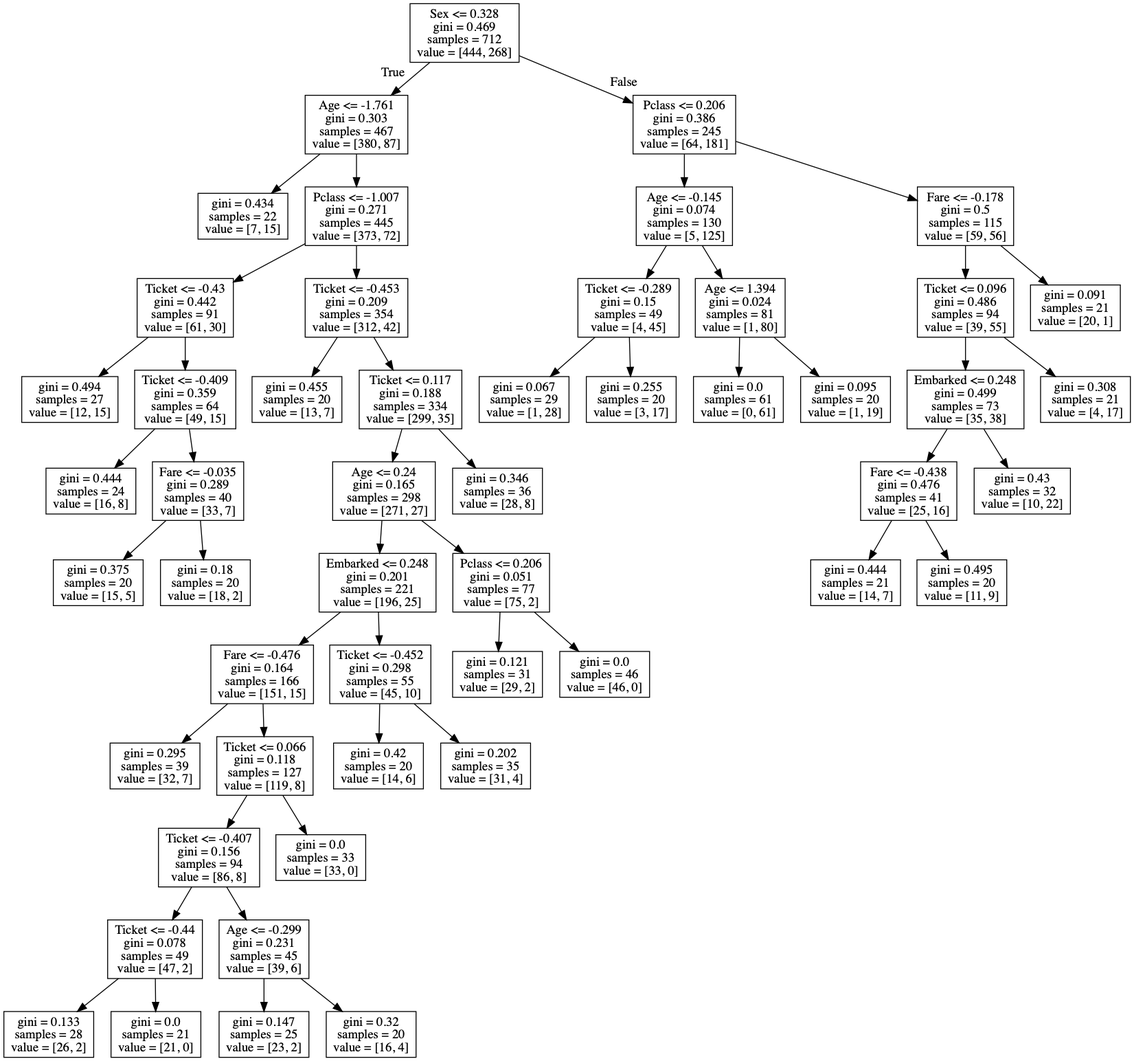
This is titanic/dt.png from nicohlr/kaggle, a Graphviz export, as it was before one commit. Its source is kept beside it as titanic/dt.dot.
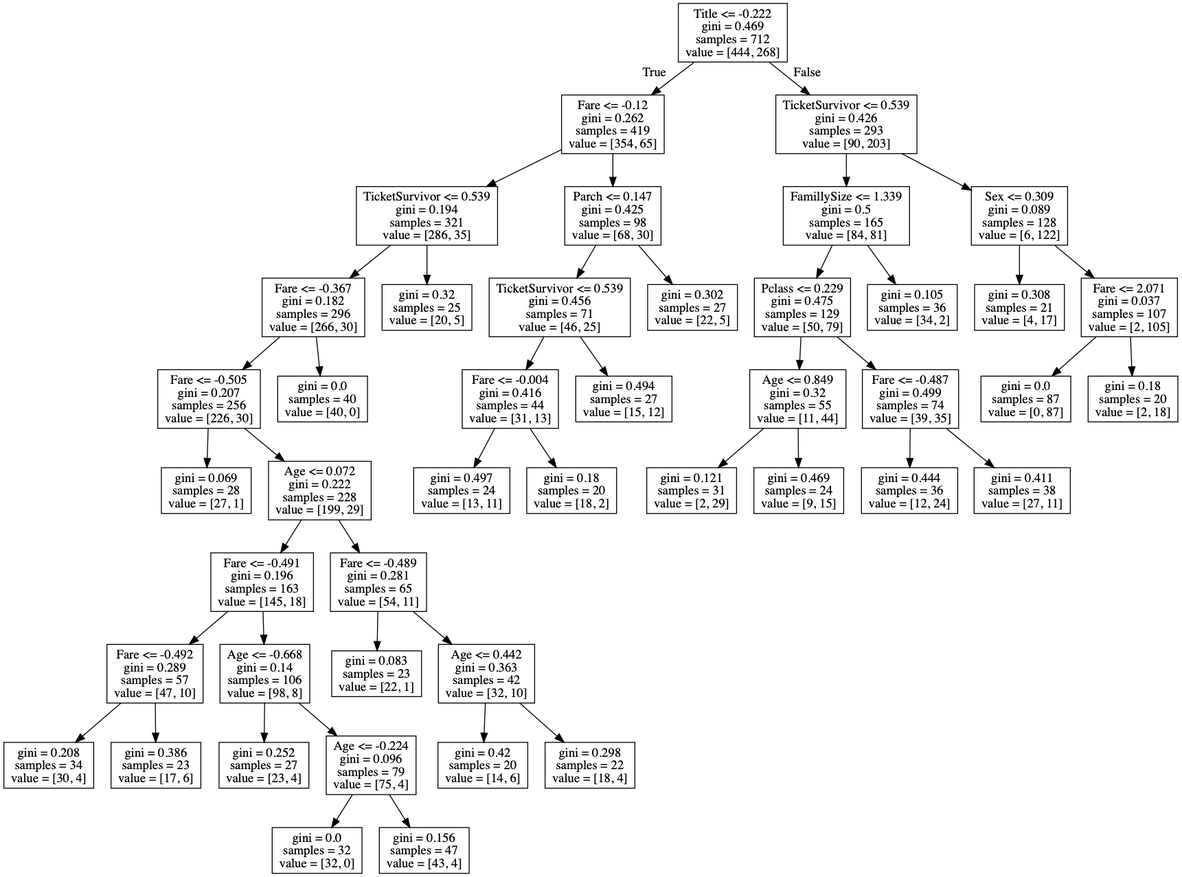
After the commit.

Change to the diagram source:
```diff
@@ -1,104 +1,92 @@
 digraph Tree {
 node [shape=box] ;
-0 [label="Sex <= 0.328\ngini = 0.469\nsamples = 712\nvalue = [444, 268]"] ;
-1 [label="Age <= -1.761\ngini = 0.303\nsamples = 467\nvalue = [380, 87]"] ;
+0 [label="Title <= -0.222\ngini = 0.469\nsamples = 712\nvalue = [444, 268]"] ;
+1 [label="Fare <= -0.12\ngini = 0.262\nsamples = 419\nvalue = [354, 65]"] ;
 0 -> 1 [labeldistance=2.5, labelangle=45, headlabel="True"] ;
-2 [label="gini = 0.434\nsamples = 22\nvalue = [7, 15]"] ;
+2 [label="TicketSurvivor <= 0.539\ngini = 0.194\nsamples = 321\nvalue = [286, 35]"] ;
 1 -> 2 ;
-3 [label="Pclass <= -1.007\ngini = 0.271\nsamples = 445\nvalue = [373, 72]"] ;
-1 -> 3 ;
-4 [label="Ticket <= -0.43\ngini = 0.442\nsamples = 91\nvalue = [61, 30]"] ;
+3 [label="Fare <= -0.367\ngini = 0.182\nsamples = 296\nvalue = [266, 30]"] ;
+2 -> 3 ;
+4 [label="Fare <= -0.505\ngini = 0.207\nsamples = 256\nvalue = [226, 30]"] ;
 3 -> 4 ;
-5 [label="gini = 0.494\nsamples = 27\nvalue = [12, 15]"] ;
+5 [label="gini = 0.069\nsamples = 28\nvalue = [27, 1]"] ;
 4 -> 5 ;
-6 [label="Ticket <= -0.409\ngini = 0.359\nsamples = 64\nvalue = [49, 15]"] ;
+6 [label="Age <= 0.072\ngini = 0.222\nsamples = 228\nvalue = [199, 29]"] ;
 4 -> 6 ;
-7 [label="gini = 0.444\nsamples = 24\nvalue = [16, 8]"] ;
+7 [label="Fare <= -0.491\ngini = 0.196\nsamples = 163\nvalue = [145, 18]"] ;
 6 -> 7 ;
-8 [label="Fare <= -0.035\ngini = 0.289\nsamples = 40\nvalue = [33, 7]"] ;
-6 -> 8 ;
-9 [label="gini = 0.375\nsamples = 20\nvalue = [15, 5]"] ;
+8 [label="Fare <= -0.492\ngini = 0.289\nsamples = 57\nvalue = [47, 10]"] ;
+7 -> 8 ;
+9 [label="gini = 0.208\nsamples = 34\nvalue = [30, 4]"] ;
 8 -> 9 ;
-10 [label="gini = 0.18\nsamples = 20\nvalue = [18, 2]"] ;
+10 [label="gini = 0.386\nsamples = 23\nvalue = [17, 6]"] ;
 8 -> 10 ;
-11 [label="Ticket <= -0.453\ngini = 0.209\nsamples = 354\nvalue = [312, 42]"] ;
-3 -> 11 ;
-12 [label="gini = 0.455\nsamples = 20\nvalue = [13, 7]"] ;
+11 [label="Age <= -0.668\ngini = 0.14\nsamples = 106\nvalue = [98, 8]"] ;
+7 -> 11 ;
+12 [label="gini = 0.252\nsamples = 27\nvalue = [23, 4]"] ;
 11 -> 12 ;
-13 [label="Ticket <= 0.117\ngini = 0.188\nsamples = 334\nvalue = [299, 35]"] ;
+13 [label="Age <= -0.224\ngini = 0.096\nsamples = 79\nvalue = [75, 4]"] ;
 11 -> 13 ;
-14 [label="Age <= 0.24\ngini = 0.165\nsamples = 298\nvalue = [271, 27]"] ;
+14 [label="gini = 0.0\nsamples = 32\nvalue = [32, 0]"] ;
 13 -> 14 ;
-15 [label="Embarked <= 0.248\ngini = 0.201\nsamples = 221\nvalue = [196, 25]"] ;
-14 -> 15 ;
-16 [label="Fare <= -0.476\ngini = 0.164\nsamples = 166\nvalue = [151, 15]"] ;
-15 -> 16 ;
-17 [label="gini = 0.295\nsamples = 39\nvalue = [32, 7]"] ;
+15 [label="gini = 0.156\nsamples = 47\nvalue = [43, 4]"] ;
+13 -> 15 ;
+16 [label="Fare <= -0.489\ngini = 0.281\nsamples = 65\nvalue = [54, 11]"] ;
+6 -> 16 ;
+17 [label="gini = 0.083\nsamples = 23\nvalue = [22, 1]"] ;
 16 -> 17 ;
-18 [label="Ticket <= 0.066\ngini = 0.118\nsamples = 127\nvalue = [119, 8]"] ;
+18 [label="Age <= 0.442\ngini = 0.363\nsamples = 42\nvalue = [32, 10]"] ;
 16 -> 18 ;
-19 [label="Ticket <= -0.407\ngini = 0.156\nsamples = 94\nvalue = [86, 8]"] ;
+19 [label="gini = 0.42\nsamples = 20\nvalue = [14, 6]"] ;
 18 -> 19 ;
-20 [label="Ticket <= -0.44\ngini = 0.078\nsamples = 49\nvalue = [47, 2]"] ;
-19 -> 20 ;
-21 [label="gini = 0.133\nsamples = 28\nvalue = [26, 2]"] ;
-20 -> 21 ;
-22 [label="gini = 0.0\nsamples = 21\nvalue = [21, 0]"] ;
-20 -> 22 ;
-23 [label="Age <= -0.299\ngini = 0.231\nsamples = 45\nvalue = [39, 6]"] ;
-19 -> 23 ;
-24 [label="gini = 0.147\nsamples = 25\nvalue = [23, 2]"] ;
+20 [label="gini = 0.298\nsamples = 22\nvalue = [18, 4]"] ;
+18 -> 20 ;
+21 [label="gini = 0.0\nsamples = 40\nvalue = [40, 0]"] ;
+3 -> 21 ;
+22 [label="gini = 0.32\nsamples = 25\nvalue = [20, 5]"] ;
+2 -> 22 ;
+23 [label="Parch <= 0.147\ngini = 0.425\nsamples = 98\nvalue = [68, 30]"] ;
+1 -> 23 ;
+24 [label="TicketSurvivor <= 0.539\ngini = 0.456\nsamples = 71\nvalue = [46, 25]"] ;
 23 -> 24 ;
-25 [label="gini = 0.32\nsamples = 20\nvalue = [16, 4]"] ;
-23 -> 25 ;
-26 [label="gini = 0.0\nsamples = 33\nvalue = [33, 0]"] ;
-18 -> 26 ;
-27 [label="Ticket <= -0.452\ngini = 0.298\nsamples = 55\nvalue = [45, 10]"] ;
-15 -> 27 ;
-28 [label="gini = 0.42\nsamples = 20\nvalue = [14, 6]"] ;
-27 -> 28 ;
-29 [label="gini = 0.202\nsamples = 35\nvalue = [31, 4]"] ;
-27 -> 29 ;
-30 [label="Pclass <= 0.206\ngini = 0.051\nsamples = 77\nvalue = [75, 2]"] ;
-14 -> 30 ;
-31 [label="gini = 0.121\nsamples = 31\nvalue = [29, 2]"] ;
+25 [label="Fare <= -0.004\ngini = 0.416\nsamples = 44\nvalue = [31, 13]"] ;
+24 -> 25 ;
+26 [label="gini = 0.497\nsamples = 24\nvalue = [13, 11]"] ;
+25 -> 26 ;
+27 [label="gini = 0.18\nsamples = 20\nvalue = [18, 2]"] ;
+25 -> 27 ;
+28 [label="gini = 0.494\nsamples = 27\nvalue = [15, 12]"] ;
+24 -> 28 ;
+29 [label="gini = 0.302\nsamples = 27\nvalue = [22, 5]"] ;
+23 -> 29 ;
+30 [label="TicketSurvivor <= 0.539\ngini = 0.426\nsamples = 293\nvalue = [90, 203]"] ;
+0 -> 30 [labeldistance=2.5, labelangle=-45, headlabel="False"] ;
+31 [label="FamillySize <= 1.339\ngini = 0.5\nsamples = 165\nvalue = [84, 81]"] ;
 30 -> 31 ;
-32 [label="gini = 0.0\nsamples = 46\nvalue = [46, 0]"] ;
-30 -> 32 ;
-33 [label="gini = 0.346\nsamples = 36\nvalue = [28, 8]"] ;
-13 -> 33 ;
-34 [label="Pclass <= 0.206\ngini = 0.386\nsamples = 245\nvalue = [64, 181]"] ;
-0 -> 34 [labeldistance=2.5, labelangle=-45, headlabel="False"] ;
-35 [label="Age <= -0.145\ngini = 0.074\nsamples = 130\nvalue = [5, 125]"] ;
-34 -> 35 ;
-36 [label="Ticket <= -0.289\ngini = 0.15\nsamples = 49\nvalue = [4, 45]"] ;
-35 -> 36 ;
-37 [label="gini = 0.067\nsamples = 29\nvalue = [1, 28]"] ;
+32 [label="Pclass <= 0.229\ngini = 0.475\nsamples = 129\nvalue = [50, 79]"] ;
+31 -> 32 ;
+33 [label="Age <= 0.849\ngini = 0.32\nsamples = 55\nvalue = [11, 44]"] ;
+32 -> 33 ;
+34 [label="gini = 0.121\nsamples = 31\nvalue = [2, 29]"] ;
+33 -> 34 ;
+35 [label="gini = 0.469\nsamples = 24\nvalue = [9, 15]"] ;
+33 -> 35 ;
+36 [label="Fare <= -0.487\ngini = 0.499\nsamples = 74\nvalue = [39, 35]"] ;
+32 -> 36 ;
+37 [label="gini = 0.444\nsamples = 36\nvalue = [12, 24]"] ;
 36 -> 37 ;
-38 [label="gini = 0.255\nsamples = 20\nvalue = [3, 17]"] ;
+38 [label="gini = 0.411\nsamples = 38\nvalue = [27, 11]"] ;
 36 -> 38 ;
-39 [label="Age <= 1.394\ngini = 0.024\nsamples = 81\nvalue = [1, 80]"] ;
-35 -> 39 ;
-40 [label="gini = 0.0\nsamples = 61\nvalue = [0, 61]"] ;
-39 -> 40 ;
-41 [label="gini = 0.095\nsamples = 20\nvalue = [1, 19]"] ;
-39 -> 41 ;
-42 [label="Fare <= -0.178\ngini = 0.5\nsamples = 115\nvalue = [59, 56]"] ;
-34 -> 42 ;
-43 [label="Ticket <= 0.096\ngini = 0.486\nsamples = 94\nvalue = [39, 55]"] ;
+39 [label="gini = 0.105\nsamples = 36\nvalue = [34, 2]"] ;
+31 -> 39 ;
+40 [label="Sex <= 0.309\ngini = 0.089\nsamples = 128\nvalue = [6, 122]"] ;
+30 -> 40 ;
+41 [label="gini = 0.308\nsamples = 21\nvalue = [4, 17]"] ;
+40 -> 41 ;
+42 [label="Fare <= 2.071\ngini = 0.037\nsamples = 107\nvalue = [2, 105]"] ;
+40 -> 42 ;
+43 [label="gini = 0.0\nsamples = 87\nvalue = [0, 87]"] ;
 42 -> 43 ;
-44 [label="Embarked <= 0.248\ngini = 0.499\nsamples = 73\nvalue = [35, 38]"] ;
-43 -> 44 ;
-45 [label="Fare <= -0.438\ngini = 0.476\nsamples = 41\nvalue = [25, 16]"] ;
-44 -> 45 ;
-46 [label="gini = 0.444\nsamples = 21\nvalue = [14, 7]"] ;
-45 -> 46 ;
-47 [label="gini = 0.495\nsamples = 20\nvalue = [11, 9]"] ;
-45 -> 47 ;
-48 [label="gini = 0.43\nsamples = 32\nvalue = [10, 22]"] ;
-44 -> 48 ;
-49 [label="gini = 0.308\nsamples = 21\nvalue = [4, 17]"] ;
-43 -> 49 ;
-50 [label="gini = 0.091\nsamples = 21\nvalue = [20, 1]"] ;
-42 -> 50 ;
+44 [label="gini = 0.18\nsamples = 20\nvalue = [2, 18]"] ;
+42 -> 44 ;
 }
```
